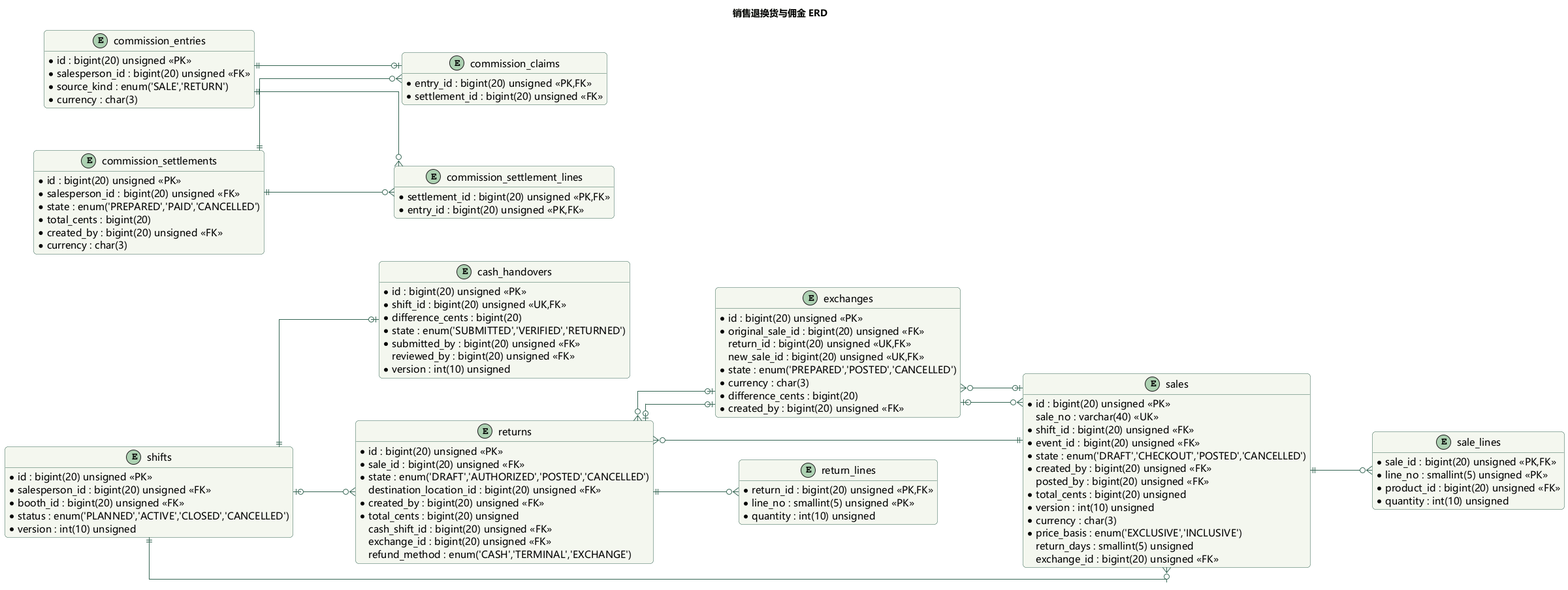
Before: docs/retail-operations/diagrams/03c-financial-erd.png, a diagram exported from PlantUML (xingchenyd/foxcore-retail). Its diagram source:
```plantuml
@startuml
skinparam defaultFontName Microsoft YaHei
skinparam defaultFontSize 15
skinparam backgroundColor #FFFFFF
skinparam shadowing false
skinparam roundcorner 10
skinparam ArrowColor #356553
skinparam LineColor #356553
skinparam packageStyle rectangle
skinparam classBackgroundColor #F4F7EF
skinparam classBorderColor #356553
skinparam usecaseBackgroundColor #F4F7EF
skinparam usecaseBorderColor #356553
skinparam stateBackgroundColor #F4F7EF
skinparam stateBorderColor #356553
skinparam noteBackgroundColor #FFF6DC
skinparam noteBorderColor #C7AB63
hide empty members
title 销售退换货与佣金 ERD
left to right direction
hide methods
skinparam linetype ortho
skinparam nodesep 65
skinparam ranksep 95
entity "cash_handovers" as cash_handovers {
 {field} * id : bigint(20) unsigned <<PK>>
 {field} * shift_id : bigint(20) unsigned <<UK,FK>>
 {field} * difference_cents : bigint(20)
 {field} * state : enum('SUBMITTED','VERIFIED','RETURNED')
 {field} * submitted_by : bigint(20) unsigned <<FK>>
 {field} reviewed_by : bigint(20) unsigned <<FK>>
 {field} * version : int(10) unsigned
}
entity "commission_claims" as commission_claims {
 {field} * entry_id : bigint(20) unsigned <<PK,FK>>
 {field} * settlement_id : bigint(20) unsigned <<FK>>
}
entity "commission_entries" as commission_entries {
 {field} * id : bigint(20) unsigned <<PK>>
 {field} * salesperson_id : bigint(20) unsigned <<FK>>
 {field} * source_kind : enum('SALE','RETURN')
 {field} * currency : char(3)
}
entity "commission_settlements" as commission_settlements {
 {field} * id : bigint(20) unsigned <<PK>>
 {field} * salesperson_id : bigint(20) unsigned <<FK>>
 {field} * state : enum('PREPARED','PAID','CANCELLED')
 {field} * total_cents : bigint(20)
 {field} * created_by : bigint(20) unsigned <<FK>>
 {field} * currency : char(3)
}
entity "commission_settlement_lines" as commission_settlement_lines {
 {field} * settlement_id : bigint(20) unsigned <<PK,FK>>
 {field} * entry_id : bigint(20) unsigned <<PK,FK>>
}
entity "exchanges" as exchanges {
 {field} * id : bigint(20) unsigned <<PK>>
 {field} * original_sale_id : bigint(20) unsigned <<FK>>
 {field} return_id : bigint(20) unsigned <<UK,FK>>
 {field} new_sale_id : bigint(20) unsigned <<UK,FK>>
 {field} * state : enum('PREPARED','POSTED','CANCELLED')
 {field} * currency : char(3)
 {field} * difference_cents : bigint(20)
 {field} * created_by : bigint(20) unsigned <<FK>>
}
entity "returns" as returns {
 {field} * id : bigint(20) unsigned <<PK>>
 {field} * sale_id : bigint(20) unsigned <<FK>>
 {field} * state : enum('DRAFT','AUTHORIZED','POSTED','CANCELLED')
 {field} destination_location_id : bigint(20) unsigned <<FK>>
 {field} * created_by : bigint(20) unsigned <<FK>>
 {field} * total_cents : bigint(20) unsigned
 {field} cash_shift_id : bigint(20) unsigned <<FK>>
 {field} exchange_id : bigint(20) unsigned <<FK>>
 {field} refund_method : enum('CASH','TERMINAL','EXCHANGE')
}
entity "return_lines" as return_lines {
 {field} * return_id : bigint(20) unsigned <<PK,FK>>
 {field} * line_no : smallint(5) unsigned <<PK>>
 {field} * quantity : int(10) unsigned
}
entity "sales" as sales {
 {field} * id : bigint(20) unsigned <<PK>>
 {field} sale_no : varchar(40) <<UK>>
 {field} * shift_id : bigint(20) unsigned <<FK>>
 {field} * event_id : bigint(20) unsigned <<FK>>
 {field} * state : enum('DRAFT','CHECKOUT','POSTED','CANCELLED')
 {field} * created_by : bigint(20) unsigned <<FK>>
 {field} posted_by : bigint(20) unsigned <<FK>>
 {field} * total_cents : bigint(20) unsigned
 {field} * version : int(10) unsigned
 {field} * currency : char(3)
 {field} * price_basis : enum('EXCLUSIVE','INCLUSIVE')
 {field} return_days : smallint(5) unsigned
 {field} exchange_id : bigint(20) unsigned <<FK>>
}
entity "sale_lines" as sale_lines {
 {field} * sale_id : bigint(20) unsigned <<PK,FK>>
 {field} * line_no : smallint(5) unsigned <<PK>>
 {field} * product_id : bigint(20) unsigned <<FK>>
 {field} * quantity : int(10) unsigned
}
entity "shifts" as shifts {
 {field} * id : bigint(20) unsigned <<PK>>
 {field} * salesperson_id : bigint(20) unsigned <<FK>>
 {field} * booth_id : bigint(20) unsigned <<FK>>
 {field} * status : enum('PLANNED','ACTIVE','CLOSED','CANCELLED')
 {field} * version : int(10) unsigned
}
shifts ||--o| cash_handovers
commission_entries ||--o| commission_claims
commission_settlements ||--o{ commission_claims
commission_entries ||--o{ commission_settlement_lines
commission_settlements ||--o{ commission_settlement_lines
sales |o--o{ exchanges
returns |o--o| exchanges
shifts |o--o{ returns
exchanges |o--o{ returns
sales ||--o{ returns
returns ||--o{ return_lines
exchanges |o--o{ sales
shifts ||--o{ sales
sales ||--o{ sale_lines
@enduml
```
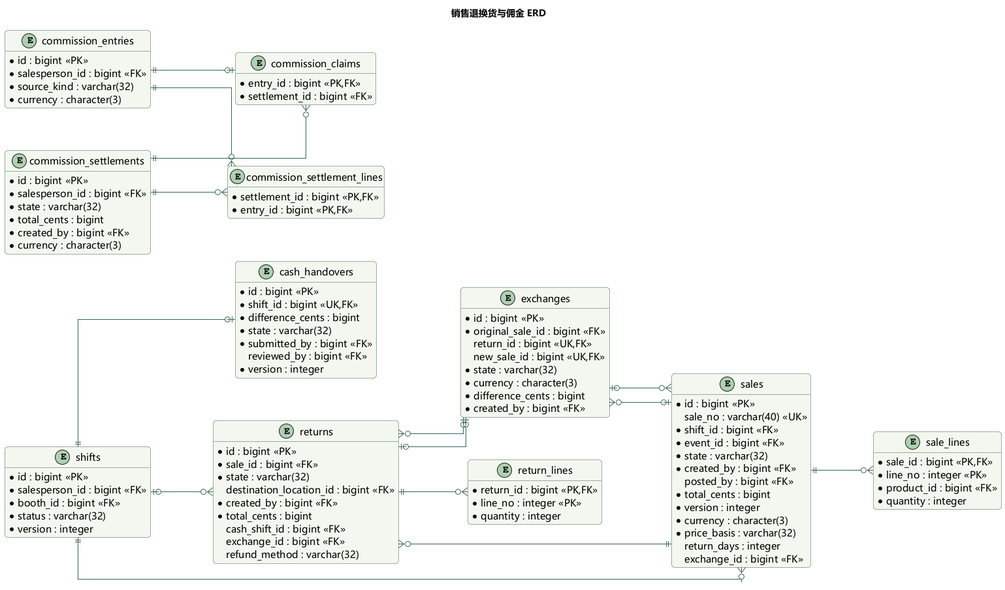
After the change.

What changed in the source:
```diff
@@ -23,89 +23,89 @@
 skinparam nodesep 65
 skinparam ranksep 95
 entity "cash_handovers" as cash_handovers {
- {field} * id : bigint(20) unsigned <<PK>>
- {field} * shift_id : bigint(20) unsigned <<UK,FK>>
- {field} * difference_cents : bigint(20)
- {field} * state : enum('SUBMITTED','VERIFIED','RETURNED')
- {field} * submitted_by : bigint(20) unsigned <<FK>>
- {field} reviewed_by : bigint(20) unsigned <<FK>>
- {field} * version : int(10) unsigned
+ {field} * id : bigint <<PK>>
+ {field} * shift_id : bigint <<UK,FK>>
+ {field} * difference_cents : bigint
+ {field} * state : varchar(32)
+ {field} * submitted_by : bigint <<FK>>
+ {field} reviewed_by : bigint <<FK>>
+ {field} * version : integer
 }
 entity "commission_claims" as commission_claims {
- {field} * entry_id : bigint(20) unsigned <<PK,FK>>
- {field} * settlement_id : bigint(20) unsigned <<FK>>
+ {field} * entry_id : bigint <<PK,FK>>
+ {field} * settlement_id : bigint <<FK>>
 }
 entity "commission_entries" as commission_entries {
- {field} * id : bigint(20) unsigned <<PK>>
- {field} * salesperson_id : bigint(20) unsigned <<FK>>
- {field} * source_kind : enum('SALE','RETURN')
- {field} * currency : char(3)
+ {field} * id : bigint <<PK>>
+ {field} * salesperson_id : bigint <<FK>>
+ {field} * source_kind : varchar(32)
+ {field} * currency : character(3)
 }
 entity "commission_settlements" as commission_settlements {
- {field} * id : bigint(20) unsigned <<PK>>
- {field} * salesperson_id : bigint(20) unsigned <<FK>>
- {field} * state : enum('PREPARED','PAID','CANCELLED')
- {field} * total_cents : bigint(20)
- {field} * created_by : bigint(20) unsigned <<FK>>
- {field} * currency : char(3)
+ {field} * id : bigint <<PK>>
+ {field} * salesperson_id : bigint <<FK>>
+ {field} * state : varchar(32)
+ {field} * total_cents : bigint
+ {field} * created_by : bigint <<FK>>
+ {field} * currency : character(3)
 }
 entity "commission_settlement_lines" as commission_settlement_lines {
- {field} * settlement_id : bigint(20) unsigned <<PK,FK>>
- {field} * entry_id : bigint(20) unsigned <<PK,FK>>
+ {field} * settlement_id : bigint <<PK,FK>>
+ {field} * entry_id : bigint <<PK,FK>>
 }
 entity "exchanges" as exchanges {
- {field} * id : bigint(20) unsigned <<PK>>
- {field} * original_sale_id : bigint(20) unsigned <<FK>>
- {field} return_id : bigint(20) unsigned <<UK,FK>>
- {field} new_sale_id : bigint(20) unsigned <<UK,FK>>
- {field} * state : enum('PREPARED','POSTED','CANCELLED')
- {field} * currency : char(3)
- {field} * difference_cents : bigint(20)
- {field} * created_by : bigint(20) unsigned <<FK>>
+ {field} * id : bigint <<PK>>
+ {field} * original_sale_id : bigint <<FK>>
+ {field} return_id : bigint <<UK,FK>>
+ {field} new_sale_id : bigint <<UK,FK>>
+ {field} * state : varchar(32)
+ {field} * currency : character(3)
+ {field} * difference_cents : bigint
+ {field} * created_by : bigint <<FK>>
 }
 entity "returns" as returns {
- {field} * id : bigint(20) unsigned <<PK>>
- {field} * sale_id : bigint(20) unsigned <<FK>>
- {field} * state : enum('DRAFT','AUTHORIZED','POSTED','CANCELLED')
- {field} destination_location_id : bigint(20) unsigned <<FK>>
- {field} * created_by : bigint(20) unsigned <<FK>>
- {field} * total_cents : bigint(20) unsigned
- {field} cash_shift_id : bigint(20) unsigned <<FK>>
- {field} exchange_id : bigint(20) unsigned <<FK>>
- {field} refund_method : enum('CASH','TERMINAL','EXCHANGE')
+ {field} * id : bigint <<PK>>
+ {field} * sale_id : bigint <<FK>>
+ {field} * state : varchar(32)
+ {field} destination_location_id : bigint <<FK>>
+ {field} * created_by : bigint <<FK>>
+ {field} * total_cents : bigint
+ {field} cash_shift_id : bigint <<FK>>
+ {field} exchange_id : bigint <<FK>>
+ {field} refund_method : varchar(32)
 }
 entity "return_lines" as return_lines {
- {field} * return_id : bigint(20) unsigned <<PK,FK>>
- {field} * line_no : smallint(5) unsigned <<PK>>
- {field} * quantity : int(10) unsigned
+ {field} * return_id : bigint <<PK,FK>>
+ {field} * line_no : integer <<PK>>
+ {field} * quantity : integer
 }
 entity "sales" as sales {
- {field} * id : bigint(20) unsigned <<PK>>
+ {field} * id : bigint <<PK>>
  {field} sale_no : varchar(40) <<UK>>
- {field} * shift_id : bigint(20) unsigned <<FK>>
- {field} * event_id : bigint(20) unsigned <<FK>>
- {field} * state : enum('DRAFT','CHECKOUT','POSTED','CANCELLED')
- {field} * created_by : bigint(20) unsigned <<FK>>
- {field} posted_by : bigint(20) unsigned <<FK>>
- {field} * total_cents : bigint(20) unsigned
- {field} * version : int(10) unsigned
- {field} * currency : char(3)
- {field} * price_basis : enum('EXCLUSIVE','INCLUSIVE')
- {field} return_days : smallint(5) unsigned
- {field} exchange_id : bigint(20) unsigned <<FK>>
+ {field} * shift_id : bigint <<FK>>
+ {field} * event_id : bigint <<FK>>
+ {field} * state : varchar(32)
+ {field} * created_by : bigint <<FK>>
+ {field} posted_by : bigint <<FK>>
+ {field} * total_cents : bigint
+ {field} * version : integer
+ {field} * currency : character(3)
+ {field} * price_basis : varchar(32)
+ {field} return_days : integer
+ {field} exchange_id : bigint <<FK>>
 }
 entity "sale_lines" as sale_lines {
- {field} * sale_id : bigint(20) unsigned <<PK,FK>>
- {field} * line_no : smallint(5) unsigned <<PK>>
- {field} * product_id : bigint(20) unsigned <<FK>>
- {field} * quantity : int(10) unsigned
+ {field} * sale_id : bigint <<PK,FK>>
+ {field} * line_no : integer <<PK>>
+ {field} * product_id : bigint <<FK>>
+ {field} * quantity : integer
 }
 entity "shifts" as shifts {
- {field} * id : bigint(20) unsigned <<PK>>
- {field} * salesperson_id : bigint(20) unsigned <<FK>>
- {field} * booth_id : bigint(20) unsigned <<FK>>
- {field} * status : enum('PLANNED','ACTIVE','CLOSED','CANCELLED')
- {field} * version : int(10) unsigned
+ {field} * id : bigint <<PK>>
+ {field} * salesperson_id : bigint <<FK>>
+ {field} * booth_id : bigint <<FK>>
+ {field} * status : varchar(32)
+ {field} * version : integer
 }
 shifts ||--o| cash_handovers
 commission_entries ||--o| commission_claims
```
